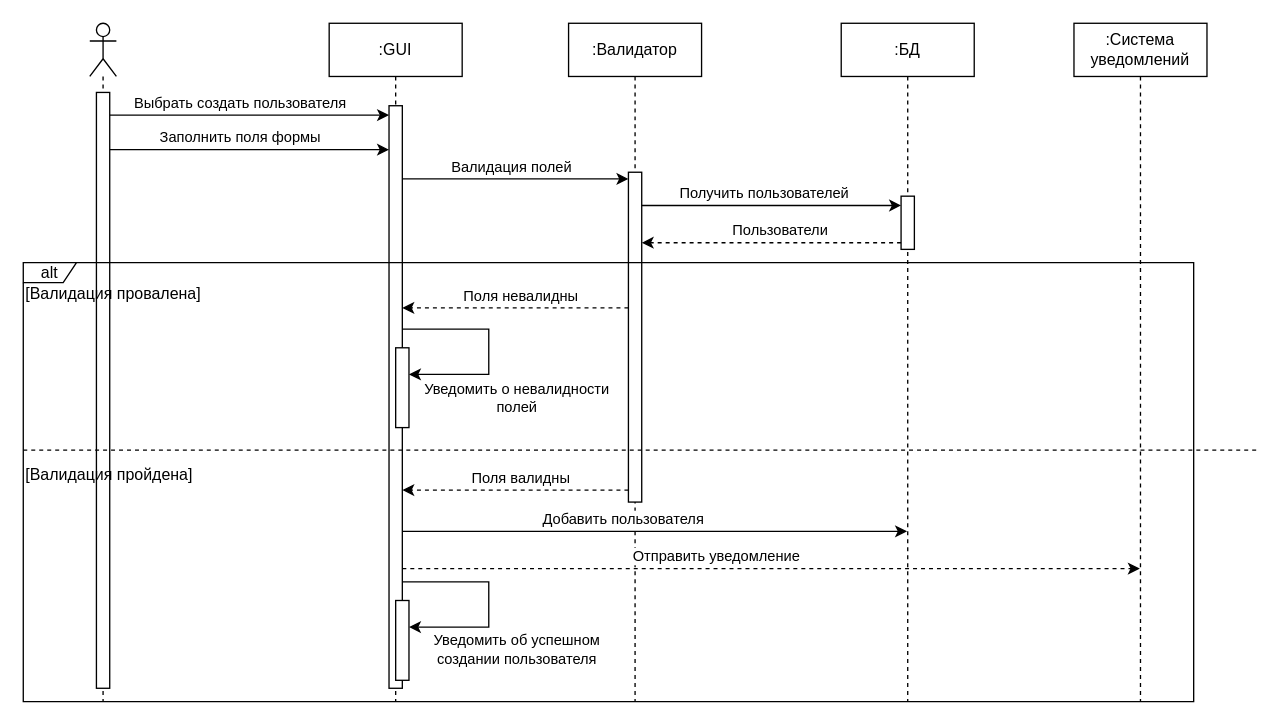
This is docs/raw_diagrams/create_task_sequence.drawio from aVorotnikov/thunder_board, a draw.io file, before an edit. Source tidied: cells renumbered, new cells numbered last; positions are measured from the earlier drawing's top-left corner, leaving out a move shared by most shapes. Both pictures are drawn from the tidied source at 133%, with x=0, y=0 at pixel (23, 23).
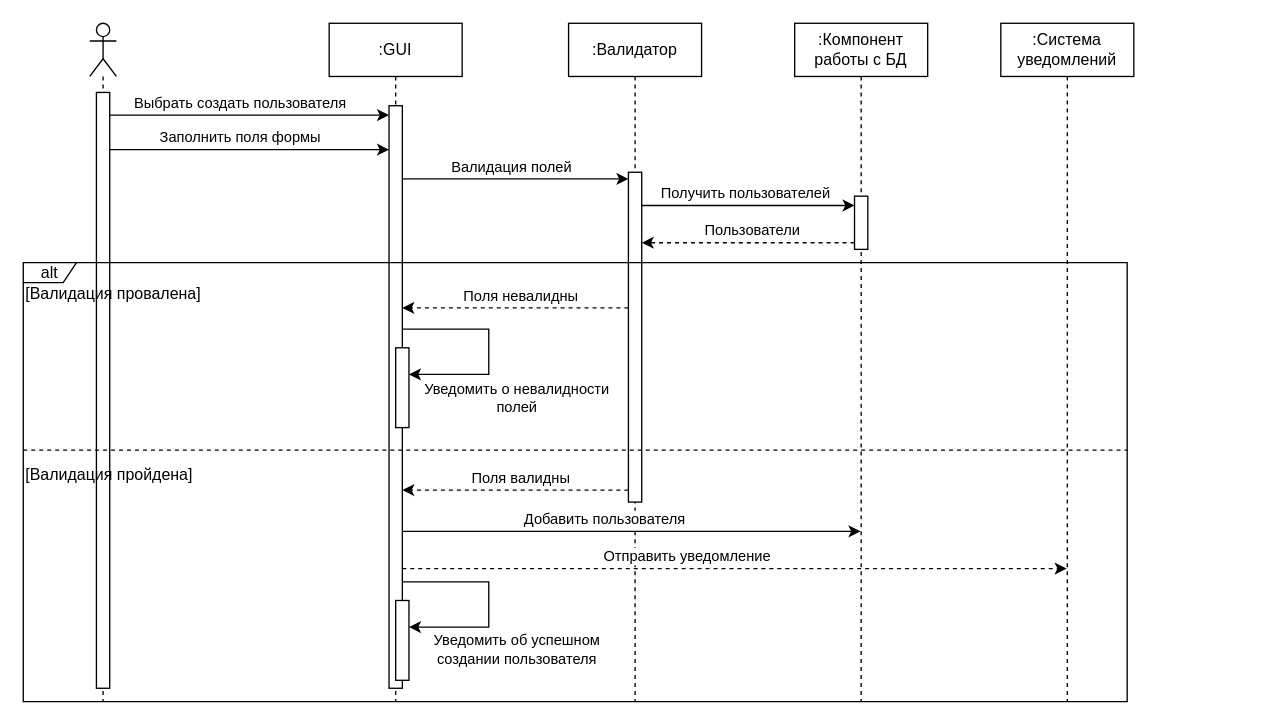
The same diagram, later.

Commit message (it also covers changes not shown here):
Рефакторинг диаграммы последовательности

What changed in the source:
```diff
@@
-    <mxCell id="6" value=":БД" style="shape=umlLifeline;perimeter=lifelinePerimeter;whiteSpace=wrap;html=1;outlineConnect=0;portConstraint=eastwest;newEdgeStyle={&quot;edgeStyle&quot;:&quot;elbowEdgeStyle&quot;,&quot;elbow&quot;:&quot;vertical&quot;,&quot;curved&quot;:0,&quot;rounded&quot;:0};" parent="1" vertex="1">
-      <mxGeometry x="615" width="100" height="510" as="geometry" />
+    <mxCell id="6" value=":Компонент работы с БД" style="shape=umlLifeline;perimeter=lifelinePerimeter;whiteSpace=wrap;html=1;outlineConnect=0;portConstraint=eastwest;newEdgeStyle={&quot;edgeStyle&quot;:&quot;elbowEdgeStyle&quot;,&quot;elbow&quot;:&quot;vertical&quot;,&quot;curved&quot;:0,&quot;rounded&quot;:0};" parent="1" vertex="1">
+      <mxGeometry x="580" width="100" height="510" as="geometry" />
     </mxCell>
@@
     <mxCell id="8" value=":Система уведомлений" style="shape=umlLifeline;perimeter=lifelinePerimeter;whiteSpace=wrap;html=1;outlineConnect=0;portConstraint=eastwest;newEdgeStyle={&quot;edgeStyle&quot;:&quot;elbowEdgeStyle&quot;,&quot;elbow&quot;:&quot;vertical&quot;,&quot;curved&quot;:0,&quot;rounded&quot;:0};" parent="1" vertex="1">
-      <mxGeometry x="790" width="100" height="510" as="geometry" />
+      <mxGeometry x="735" width="100" height="510" as="geometry" />
     </mxCell>
@@
     <mxCell id="19" value="alt" style="shape=umlFrame;whiteSpace=wrap;html=1;width=40;height=15;" parent="1" vertex="1">
-      <mxGeometry y="180" width="880" height="330" as="geometry" />
+      <mxGeometry y="180" width="830" height="330" as="geometry" />
     </mxCell>
@@
     <mxCell id="21" style="line;strokeWidth=1;dashed=1;labelPosition=center;verticalLabelPosition=bottom;align=left;verticalAlign=top;spacingLeft=20;spacingTop=15;html=1;whiteSpace=wrap;" parent="19" vertex="1">
-      <mxGeometry y="136" width="930" height="10" as="geometry" />
+      <mxGeometry y="136" width="830" height="10" as="geometry" />
     </mxCell>
@@
-    <mxCell id="33" style="endArrow=classic;html=1;rounded=0;" parent="1" edge="1">
+    <mxCell id="33" style="endArrow=classic;html=1;rounded=0;" parent="1" edge="1" target="6">
       <mxGeometry relative="1" as="geometry">
         <mxPoint x="285" y="382" as="sourcePoint" />
-        <mxPoint x="664.5" y="382" as="targetPoint" />
       </mxGeometry>
     </mxCell>
@@
-    <mxCell id="35" style="endArrow=classic;html=1;rounded=0;dashed=1;" parent="1" edge="1">
+    <mxCell id="35" style="endArrow=classic;html=1;rounded=0;dashed=1;" parent="1" edge="1" target="8">
       <mxGeometry relative="1" as="geometry">
         <mxPoint x="285" y="410" as="sourcePoint" />
-        <mxPoint x="839.5" y="410" as="targetPoint" />
       </mxGeometry>
     </mxCell>
```
